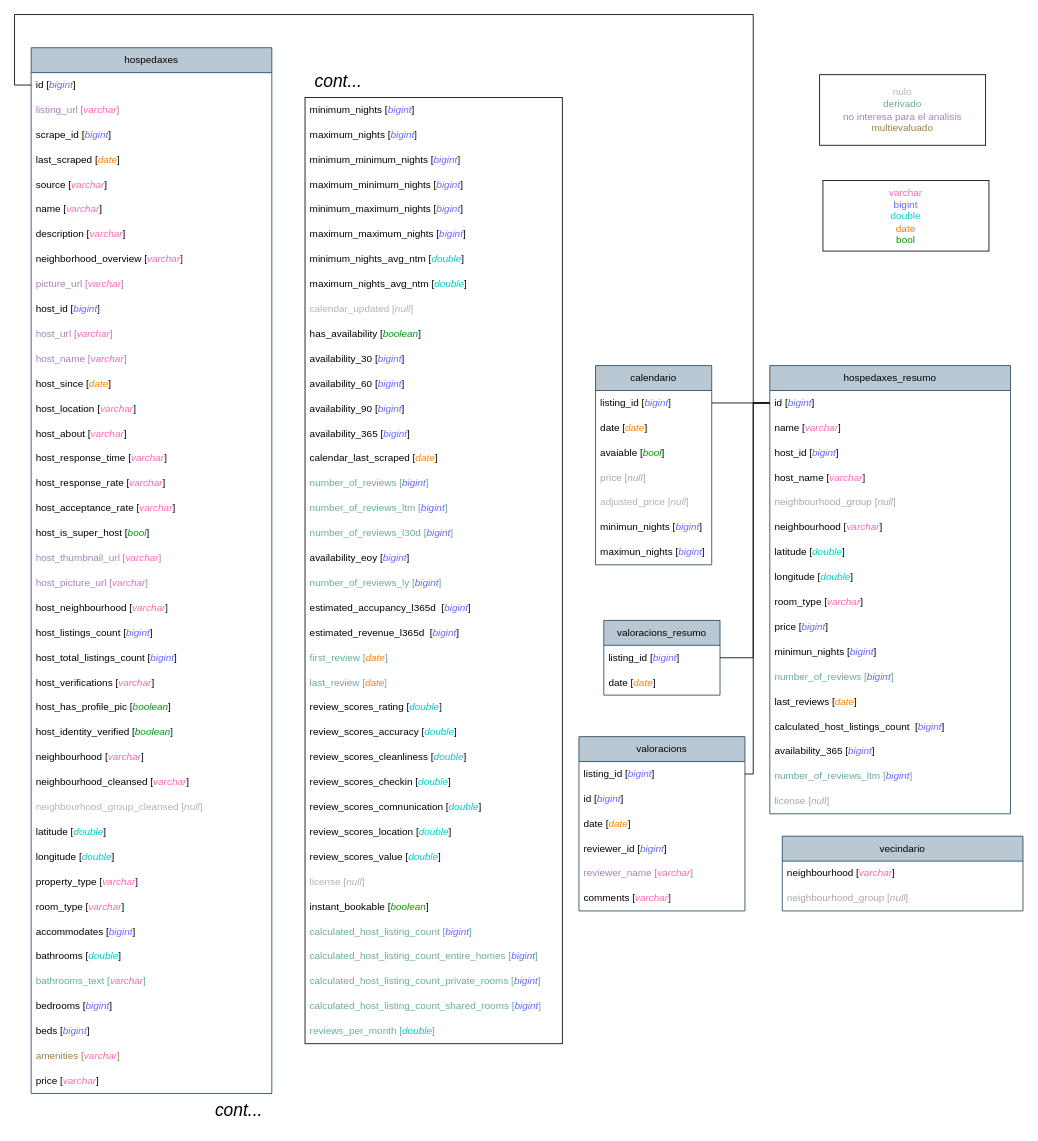
Before: entrega_01/memoria/diagramas/antes.drawio in PepeRoConde/BD2, a draw.io diagram. Source tidied: cells renumbered, new cells numbered last; positions are measured from the earlier drawing's top-left corner, leaving out a move shared by most shapes. Both pictures are drawn from the tidied source at 83%, with x=0, y=0 at pixel (14, 14).
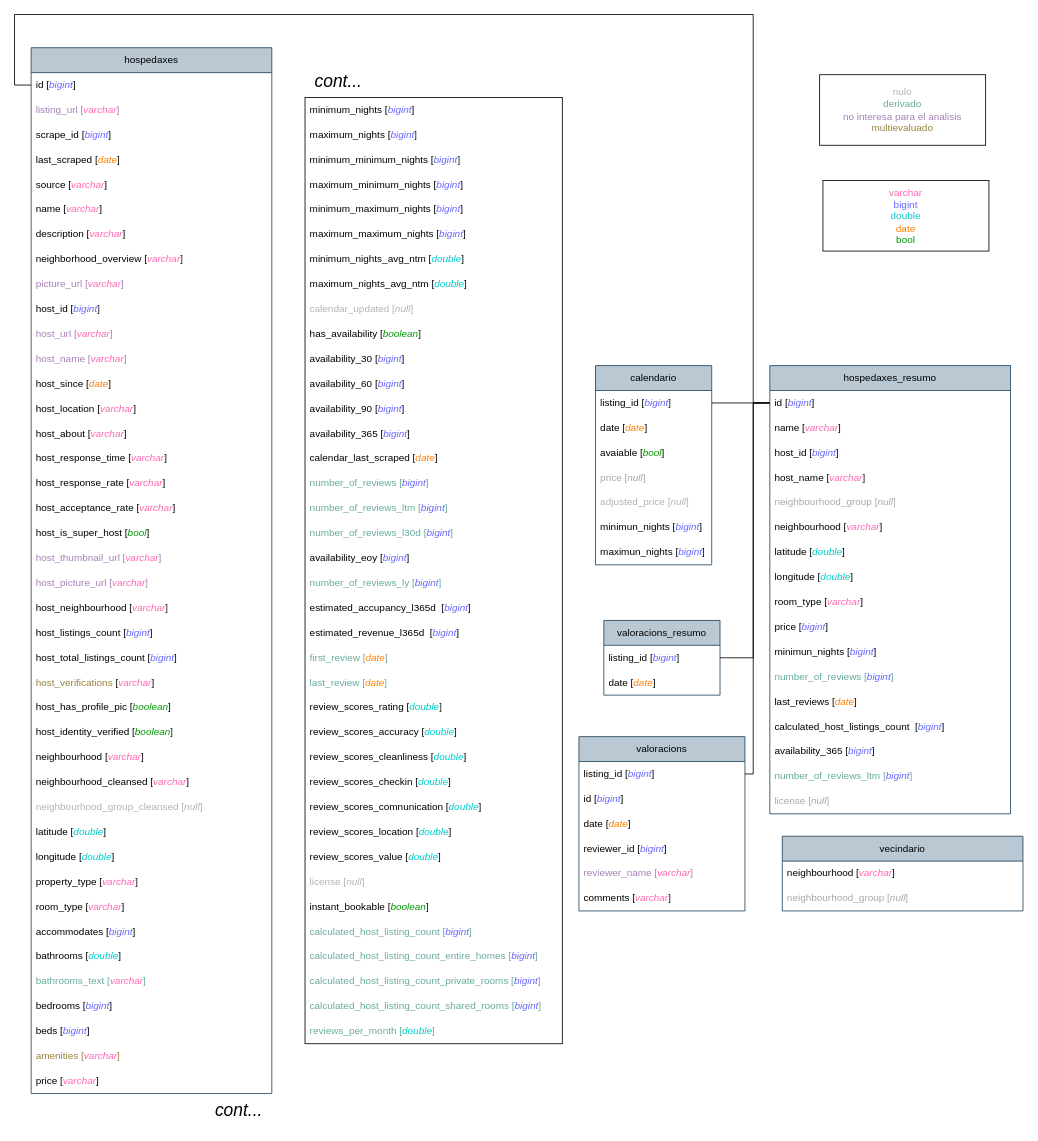
The same page after the edit.

The change refers to these unchanged cells:
```xml
<mxCell id="43" value="hospedaxes" style="swimlane;fontStyle=0;horizontal=1;startSize=30;whiteSpace=wrap;html=1;fillColor=#bac8d3;strokeColor=#23445d;" parent="1" vertex="1">
  <mxGeometry x="20" y="40" width="290" height="1260" as="geometry" />
</mxCell>
```

The edit, as a diff of the source:
```diff
@@
-    <mxCell id="68" value="host_verifications [&lt;i&gt;&lt;font style=&quot;color: rgb(255, 102, 179);&quot;&gt;varchar&lt;/font&gt;&lt;/i&gt;]" style="text;strokeColor=none;fillColor=none;align=left;verticalAlign=middle;spacingLeft=4;spacingRight=4;overflow=hidden;whiteSpace=wrap;html=1;" parent="43" vertex="1">
+    <mxCell id="68" value="&lt;font style=&quot;color: rgb(153, 128, 62);&quot;&gt;host_verifications&lt;/font&gt; [&lt;i&gt;&lt;font style=&quot;color: rgb(255, 102, 179);&quot;&gt;varchar&lt;/font&gt;&lt;/i&gt;]" style="text;strokeColor=none;fillColor=none;align=left;verticalAlign=middle;spacingLeft=4;spacingRight=4;overflow=hidden;whiteSpace=wrap;html=1;" parent="43" vertex="1">
       <mxGeometry y="750" width="290" height="30" as="geometry" />
     </mxCell>
```
